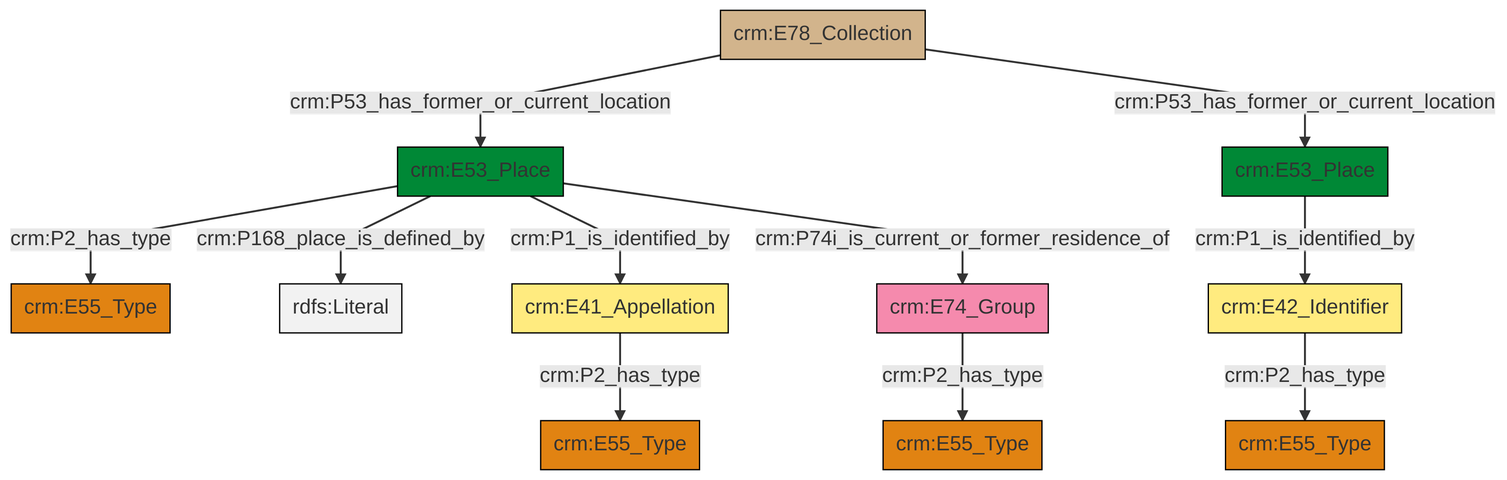
Earlier version of the Mermaid export et/archivalCSV/ttl/mmd/png/archival_location.png (swiss-art-research-net/docs.swissartresearch). Its source is kept beside it as et/archivalCSV/ttl/mmd/archival_location.ttl.mmd.
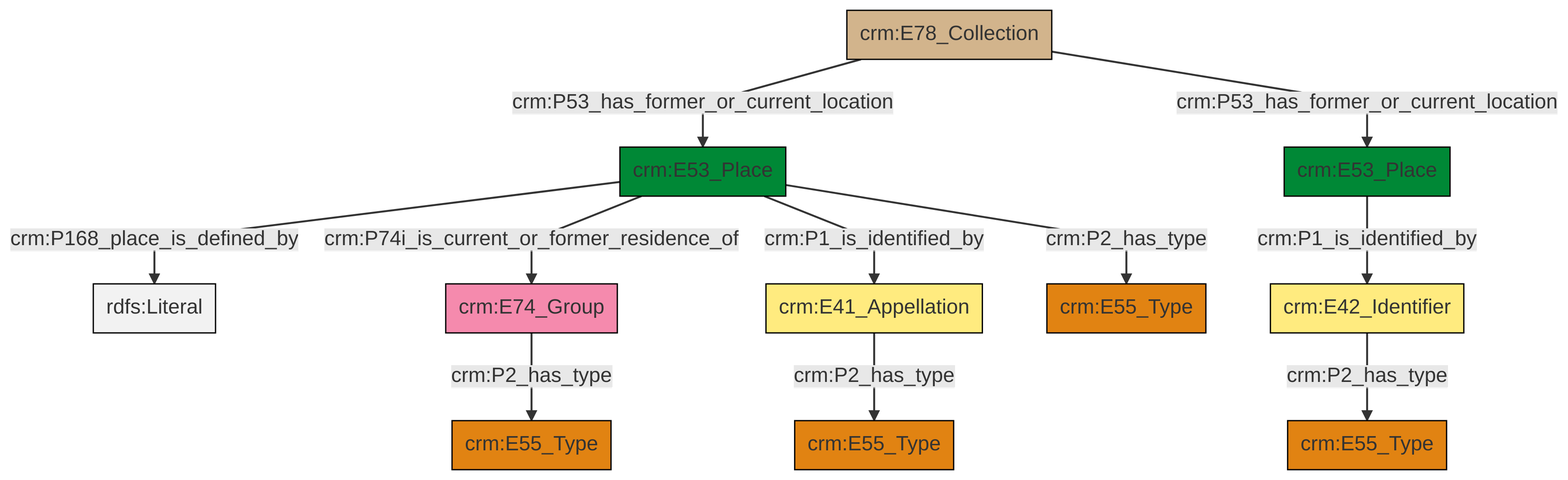
Above is the later version.

What changed in the source:
```diff
@@ -13,13 +13,13 @@
 classDef PC_Classes fill:#4ce600, stroke:#000000;
 classDef Multi fill:#cccccc,stroke:#000000;
 
-4["crm:E53_Place"]:::Place -->|crm:P168_place_is_defined_by| 6[rdfs:Literal]:::Literal
-4["crm:E53_Place"]:::Place -->|crm:P2_has_type| 2["crm:E55_Type"]:::Type
-11["crm:E74_Group"]:::Actor -->|crm:P2_has_type| 12["crm:E55_Type"]:::Type
-4["crm:E53_Place"]:::Place -->|crm:P1_is_identified_by| 15["crm:E41_Appellation"]:::Appellation
-18["crm:E42_Identifier"]:::Appellation -->|crm:P2_has_type| 9["crm:E55_Type"]:::Type
-16["crm:E78_Collection"]:::Physical_Thing -->|crm:P53_has_former_or_current_location| 4["crm:E53_Place"]:::Place
-16["crm:E78_Collection"]:::Physical_Thing -->|crm:P53_has_former_or_current_location| 0["crm:E53_Place"]:::Place
-0["crm:E53_Place"]:::Place -->|crm:P1_is_identified_by| 18["crm:E42_Identifier"]:::Appellation
-4["crm:E53_Place"]:::Place -->|crm:P74i_is_current_or_former_residence_of| 11["crm:E74_Group"]:::Actor
-15["crm:E41_Appellation"]:::Appellation -->|crm:P2_has_type| 7["crm:E55_Type"]:::Type
+0["crm:E53_Place"]:::Place -->|crm:P168_place_is_defined_by| 1[rdfs:Literal]:::Literal
+0["crm:E53_Place"]:::Place -->|crm:P74i_is_current_or_former_residence_of| 2["crm:E74_Group"]:::Actor
+3["crm:E53_Place"]:::Place -->|crm:P1_is_identified_by| 4["crm:E42_Identifier"]:::Appellation
+5["crm:E78_Collection"]:::Physical_Thing -->|crm:P53_has_former_or_current_location| 0["crm:E53_Place"]:::Place
+0["crm:E53_Place"]:::Place -->|crm:P2_has_type| 7["crm:E55_Type"]:::Type
+4["crm:E42_Identifier"]:::Appellation -->|crm:P2_has_type| 12["crm:E55_Type"]:::Type
+5["crm:E78_Collection"]:::Physical_Thing -->|crm:P53_has_former_or_current_location| 3["crm:E53_Place"]:::Place
+0["crm:E53_Place"]:::Place -->|crm:P1_is_identified_by| 9["crm:E41_Appellation"]:::Appellation
+2["crm:E74_Group"]:::Actor -->|crm:P2_has_type| 21["crm:E55_Type"]:::Type
+9["crm:E41_Appellation"]:::Appellation -->|crm:P2_has_type| 15["crm:E55_Type"]:::Type
```
